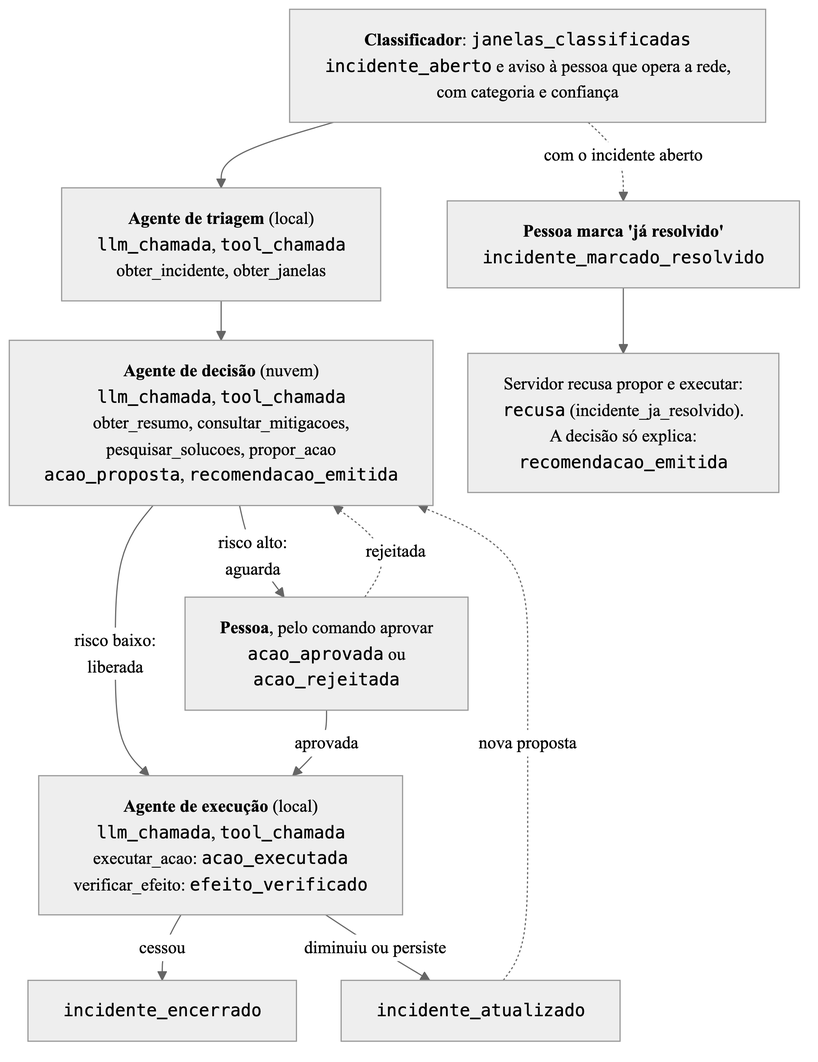
The Mermaid diagram artigo/figuras/fluxo_incidente.png in stermiix/SentryIoT, before a commit. Its source is kept beside it as artigo/figuras/fluxo_incidente.mmd. Source of this version:
```mermaid
%%{init: {"theme": "neutral", "themeVariables": {"fontFamily": "Times New Roman, Times, serif", "fontSize": "15px"}, "flowchart": {"nodeSpacing": 30, "rankSpacing": 34, "wrappingWidth": 460}}}%%
flowchart TB
    aberto["<b>Classificador</b>: <code>janelas_classificadas</code><br/><code>incidente_aberto</code> e aviso à pessoa que opera a rede,<br/>com categoria e confiança"]
    triagem["<b>Agente de triagem</b> (local)<br/><code>llm_chamada</code>, <code>tool_chamada</code><br/>obter_incidente, obter_janelas"]
    decisao["<b>Agente de decisão</b> (nuvem)<br/><code>llm_chamada</code>, <code>tool_chamada</code><br/>obter_resumo, consultar_mitigacoes,<br/>pesquisar_solucoes, propor_acao<br/><code>acao_proposta</code>, <code>recomendacao_emitida</code>"]
    aprovacao["<b>Pessoa</b>, pelo comando aprovar<br/><code>acao_aprovada</code> ou<br/><code>acao_rejeitada</code>"]
    execucao["<b>Agente de execução</b> (local)<br/><code>llm_chamada</code>, <code>tool_chamada</code><br/>executar_acao: <code>acao_executada</code><br/>verificar_efeito: <code>efeito_verificado</code>"]
    encerrado["<code>incidente_encerrado</code>"]
    atualizado["<code>incidente_atualizado</code>"]

    resolvido["<b>Pessoa marca 'já resolvido'</b><br/><code>incidente_marcado_resolvido</code>"]
    so_explica["Servidor recusa propor e executar:<br/><code>recusa</code> (incidente_ja_resolvido).<br/>A decisão só explica:<br/><code>recomendacao_emitida</code>"]

    aberto --> triagem --> decisao
    decisao -- "risco baixo:<br/>liberada" --> execucao
    decisao -- "risco alto:<br/>aguarda" --> aprovacao
    aprovacao -- "aprovada" --> execucao
    aprovacao -. "rejeitada" .-> decisao
    execucao -- "cessou" --> encerrado
    execucao -- "diminuiu ou persiste" --> atualizado
    atualizado -. "nova proposta" .-> decisao

    aberto -. "com o incidente aberto" .-> resolvido
    resolvido --> so_explica
```
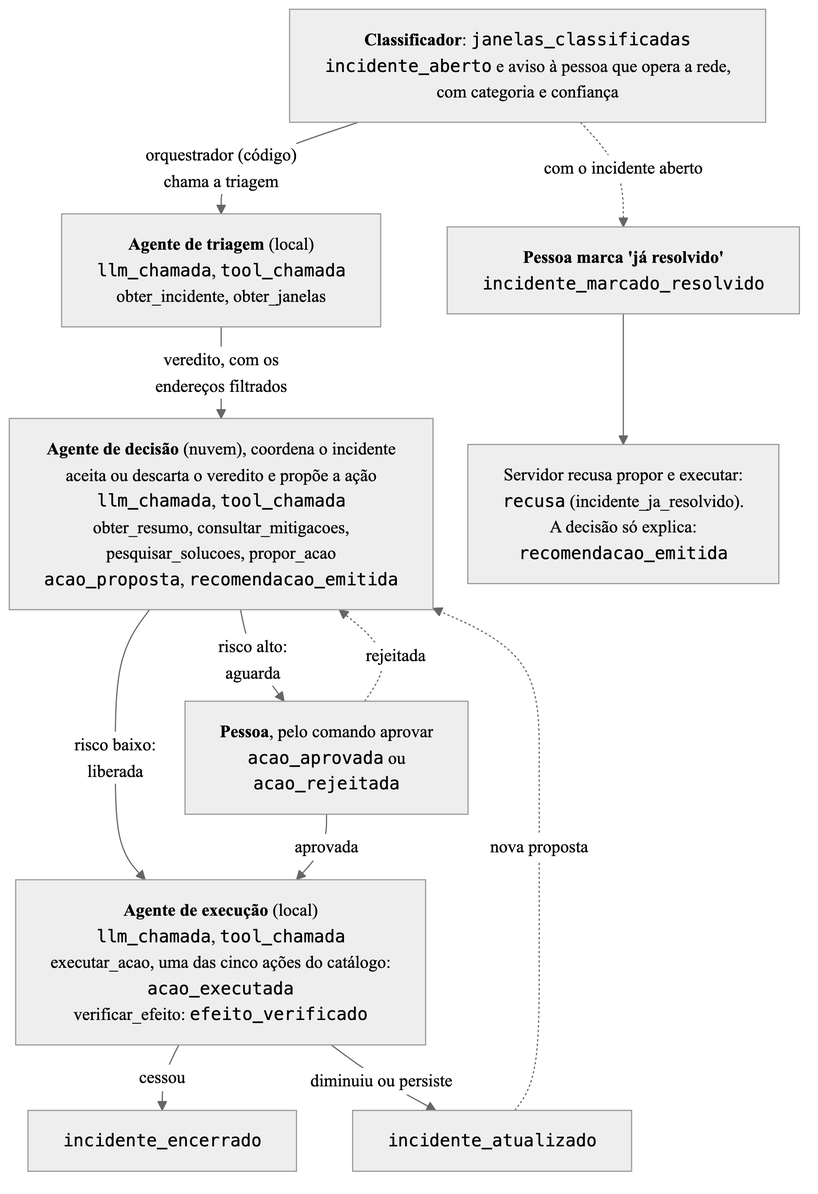
After the commit.

Change to the diagram source:
```diff
@@ -2,16 +2,17 @@
 flowchart TB
     aberto["<b>Classificador</b>: <code>janelas_classificadas</code><br/><code>incidente_aberto</code> e aviso à pessoa que opera a rede,<br/>com categoria e confiança"]
     triagem["<b>Agente de triagem</b> (local)<br/><code>llm_chamada</code>, <code>tool_chamada</code><br/>obter_incidente, obter_janelas"]
-    decisao["<b>Agente de decisão</b> (nuvem)<br/><code>llm_chamada</code>, <code>tool_chamada</code><br/>obter_resumo, consultar_mitigacoes,<br/>pesquisar_solucoes, propor_acao<br/><code>acao_proposta</code>, <code>recomendacao_emitida</code>"]
+    decisao["<b>Agente de decisão</b> (nuvem), coordena o incidente<br/>aceita ou descarta o veredito e propõe a ação<br/><code>llm_chamada</code>, <code>tool_chamada</code><br/>obter_resumo, consultar_mitigacoes,<br/>pesquisar_solucoes, propor_acao<br/><code>acao_proposta</code>, <code>recomendacao_emitida</code>"]
     aprovacao["<b>Pessoa</b>, pelo comando aprovar<br/><code>acao_aprovada</code> ou<br/><code>acao_rejeitada</code>"]
-    execucao["<b>Agente de execução</b> (local)<br/><code>llm_chamada</code>, <code>tool_chamada</code><br/>executar_acao: <code>acao_executada</code><br/>verificar_efeito: <code>efeito_verificado</code>"]
+    execucao["<b>Agente de execução</b> (local)<br/><code>llm_chamada</code>, <code>tool_chamada</code><br/>executar_acao, uma das cinco ações do catálogo:<br/><code>acao_executada</code><br/>verificar_efeito: <code>efeito_verificado</code>"]
     encerrado["<code>incidente_encerrado</code>"]
     atualizado["<code>incidente_atualizado</code>"]
 
     resolvido["<b>Pessoa marca 'já resolvido'</b><br/><code>incidente_marcado_resolvido</code>"]
     so_explica["Servidor recusa propor e executar:<br/><code>recusa</code> (incidente_ja_resolvido).<br/>A decisão só explica:<br/><code>recomendacao_emitida</code>"]
 
-    aberto --> triagem --> decisao
+    aberto -- "orquestrador (código)<br/>chama a triagem" --> triagem
+    triagem -- "veredito, com os<br/>endereços filtrados" --> decisao
     decisao -- "risco baixo:<br/>liberada" --> execucao
     decisao -- "risco alto:<br/>aguarda" --> aprovacao
     aprovacao -- "aprovada" --> execucao
```
